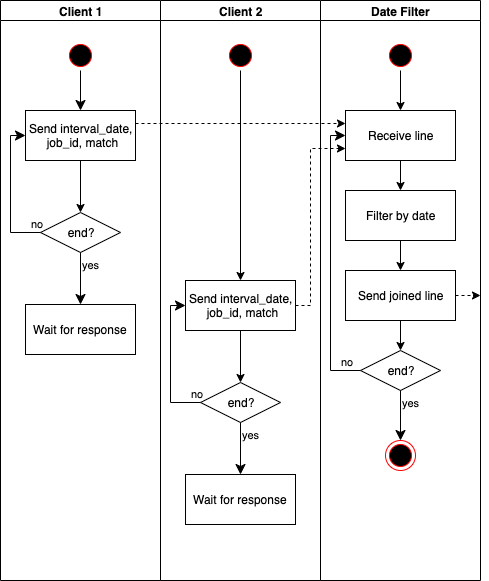
Before: informe/diagramas/activities_multiprocessing.png, a diagram exported from draw.io (seguijoaquin/tennis-statistics-HA). Source tidied: cells renumbered, new cells last; positions are measured from the earlier drawing's top-left corner, leaving out a move shared by most shapes.
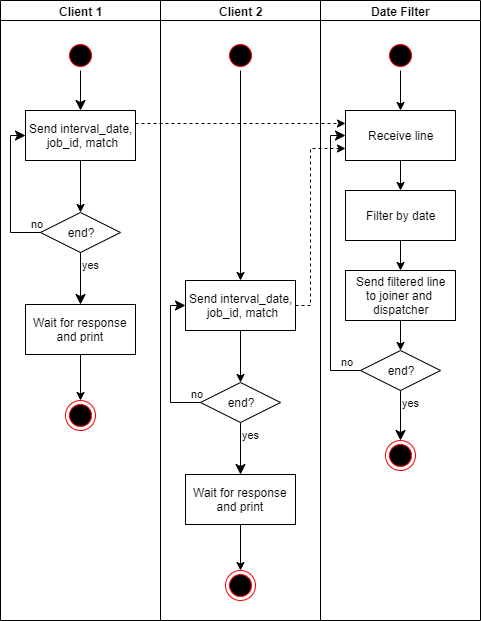
Above is the later version.

Commit message:
Agrego sección de arquitectura general y corrijo multiprocesamiento

Change to the diagram source:
```diff
@@ -3,7 +3,7 @@
     <mxCell id="0" />
     <mxCell id="1" parent="0" />
     <mxCell id="2" value="Client 1" style="swimlane;html=1;startSize=20;" parent="1" vertex="1">
-      <mxGeometry width="160" height="580" as="geometry" />
+      <mxGeometry width="160" height="620" as="geometry" />
     </mxCell>
     <mxCell id="3" style="ellipse;html=1;shape=startState;fillColor=#000000;strokeColor=#FF0000;" parent="2" vertex="1">
       <mxGeometry x="65" y="40" width="30" height="30" as="geometry" />
@@ -14,11 +14,17 @@
     <mxCell id="5" value="Send interval_date, &lt;br&gt;job_id, match" style="html=1;strokeColor=#000000;strokeWidth=1;" parent="2" vertex="1">
       <mxGeometry x="25" y="110" width="110" height="50" as="geometry" />
     </mxCell>
+    <mxCell id="36" style="edgeStyle=orthogonalEdgeStyle;rounded=0;jettySize=auto;html=1;exitX=0.5;exitY=1;exitDx=0;exitDy=0;" parent="2" edge="1" source="6" target="37">
+      <mxGeometry relative="1" as="geometry" />
+    </mxCell>
-    <mxCell id="6" value="Wait for response" style="html=1;strokeColor=#000000;strokeWidth=1;" parent="2" vertex="1">
+    <mxCell id="6" value="Wait for response&lt;br&gt;and print" style="html=1;strokeColor=#000000;strokeWidth=1;" parent="2" vertex="1">
       <mxGeometry x="25" y="304" width="110" height="50" as="geometry" />
     </mxCell>
+    <mxCell id="37" style="ellipse;html=1;shape=endState;fillColor=#000000;strokeColor=#ff0000;" parent="2" vertex="1">
+      <mxGeometry x="65" y="400" width="30" height="30" as="geometry" />
+    </mxCell>
     <mxCell id="7" value="Date Filter" style="swimlane;html=1;startSize=20;" parent="1" vertex="1">
-      <mxGeometry x="320" width="160" height="580" as="geometry" />
+      <mxGeometry x="320" width="160" height="620" as="geometry" />
     </mxCell>
     <mxCell id="8" style="edgeStyle=orthogonalEdgeStyle;rounded=0;jettySize=auto;html=1;exitX=0.5;exitY=1;exitDx=0;exitDy=0;entryX=0.5;entryY=0;entryDx=0;entryDy=0;startArrow=none;startFill=0;endArrow=classic;endFill=1;strokeColor=#000000;" parent="7" edge="1" source="9" target="11">
       <mxGeometry relative="1" as="geometry" />
@@ -41,7 +47,7 @@
     <mxCell id="14" style="edgeStyle=orthogonalEdgeStyle;rounded=0;jettySize=auto;html=1;exitX=0.5;exitY=1;exitDx=0;exitDy=0;startArrow=none;startFill=0;endArrow=classic;endFill=1;strokeColor=#000000;" parent="7" edge="1" source="15" target="16">
       <mxGeometry relative="1" as="geometry" />
     </mxCell>
-    <mxCell id="15" value="Send joined line" style="html=1;strokeColor=#000000;strokeWidth=1;" parent="7" vertex="1">
+    <mxCell id="15" value="Send filtered line&lt;br&gt;to joiner and &lt;br&gt;dispatcher" style="html=1;strokeColor=#000000;strokeWidth=1;" parent="7" vertex="1">
       <mxGeometry x="25" y="270" width="110" height="50" as="geometry" />
     </mxCell>
     <mxCell id="16" value="end?" style="rhombus;whiteSpace=wrap;html=1;fillColor=#FFFFFF;strokeColor=#000000;" parent="7" vertex="1">
@@ -62,7 +68,7 @@
       <mxGeometry x="65" y="440" width="30" height="30" as="geometry" />
     </mxCell>
     <mxCell id="20" value="Client 2" style="swimlane;html=1;startSize=20;" parent="1" vertex="1">
-      <mxGeometry x="160" width="160" height="580" as="geometry" />
+      <mxGeometry x="160" width="160" height="620" as="geometry" />
     </mxCell>
     <mxCell id="21" style="edgeStyle=orthogonalEdgeStyle;rounded=0;jettySize=auto;html=1;exitX=0.5;exitY=1;exitDx=0;exitDy=0;startArrow=none;startFill=0;endArrow=classic;endFill=1;strokeColor=#000000;entryX=0.5;entryY=0;entryDx=0;entryDy=0;" parent="20" edge="1" source="22" target="23">
       <mxGeometry relative="1" as="geometry" />
@@ -90,17 +96,18 @@
     <mxCell id="27" style="edgeStyle=orthogonalEdgeStyle;rounded=0;jettySize=auto;html=1;entryX=0.5;entryY=0;entryDx=0;entryDy=0;" parent="20" edge="1" source="23" target="24">
       <mxGeometry relative="1" as="geometry" />
     </mxCell>
+    <mxCell id="38" style="edgeStyle=orthogonalEdgeStyle;rounded=0;jettySize=auto;html=1;exitX=0.5;exitY=1;exitDx=0;exitDy=0;" parent="20" edge="1" source="28" target="39">
+      <mxGeometry relative="1" as="geometry" />
+    </mxCell>
-    <mxCell id="28" value="Wait for response" style="html=1;strokeColor=#000000;strokeWidth=1;" parent="20" vertex="1">
+    <mxCell id="28" value="Wait for response&lt;br&gt;and print" style="html=1;strokeColor=#000000;strokeWidth=1;" parent="20" vertex="1">
       <mxGeometry x="25" y="474" width="110" height="50" as="geometry" />
     </mxCell>
+    <mxCell id="39" style="ellipse;html=1;shape=endState;fillColor=#000000;strokeColor=#ff0000;" parent="20" vertex="1">
+      <mxGeometry x="65" y="570" width="30" height="30" as="geometry" />
+    </mxCell>
     <mxCell id="29" style="edgeStyle=orthogonalEdgeStyle;rounded=0;jettySize=auto;html=1;exitX=1;exitY=0.25;exitDx=0;exitDy=0;entryX=0;entryY=0.25;entryDx=0;entryDy=0;startArrow=none;startFill=0;endArrow=classic;endFill=1;strokeColor=#000000;dashed=1;" parent="1" edge="1" source="5" target="11">
       <mxGeometry relative="1" as="geometry" />
     </mxCell>
-    <mxCell id="30" style="edgeStyle=orthogonalEdgeStyle;rounded=0;jettySize=auto;html=1;exitX=1;exitY=0.5;exitDx=0;exitDy=0;startArrow=none;startFill=0;endArrow=classic;endFill=1;strokeColor=#000000;dashed=1;" parent="1" edge="1" source="15">
-      <mxGeometry relative="1" as="geometry">
-        <mxPoint x="480" y="295" as="targetPoint" />
-      </mxGeometry>
-    </mxCell>
     <mxCell id="31" value="end?" style="rhombus;whiteSpace=wrap;html=1;fillColor=#FFFFFF;strokeColor=#000000;" parent="1" vertex="1">
       <mxGeometry x="40" y="212" width="80" height="40" as="geometry" />
     </mxCell>
```
